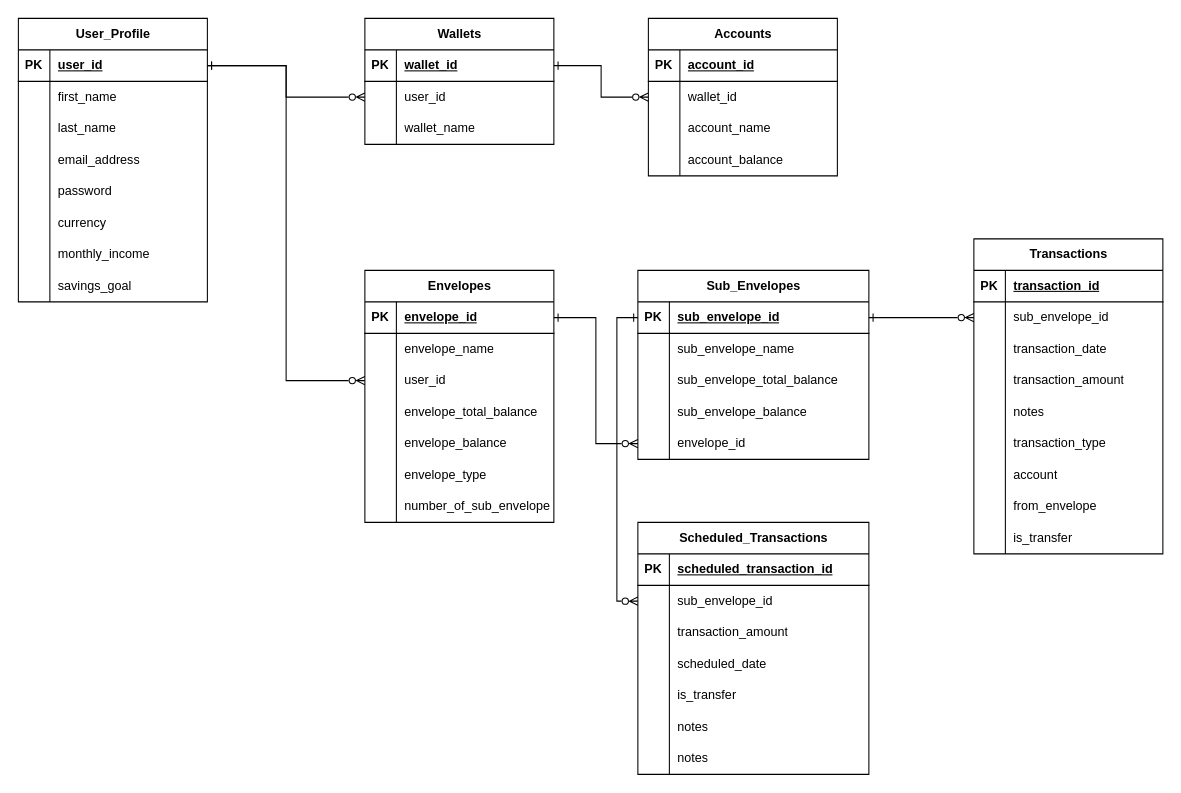
This is ChiBao_v4.drawio from mawi-delosreyes/Trakua, a draw.io file, before an edit. Source tidied: cells renumbered, new cells numbered last; positions are measured from the earlier drawing's top-left corner, leaving out a move shared by most shapes. Both pictures are drawn from the tidied source at 105%, with x=0, y=0 at pixel (18, 18).
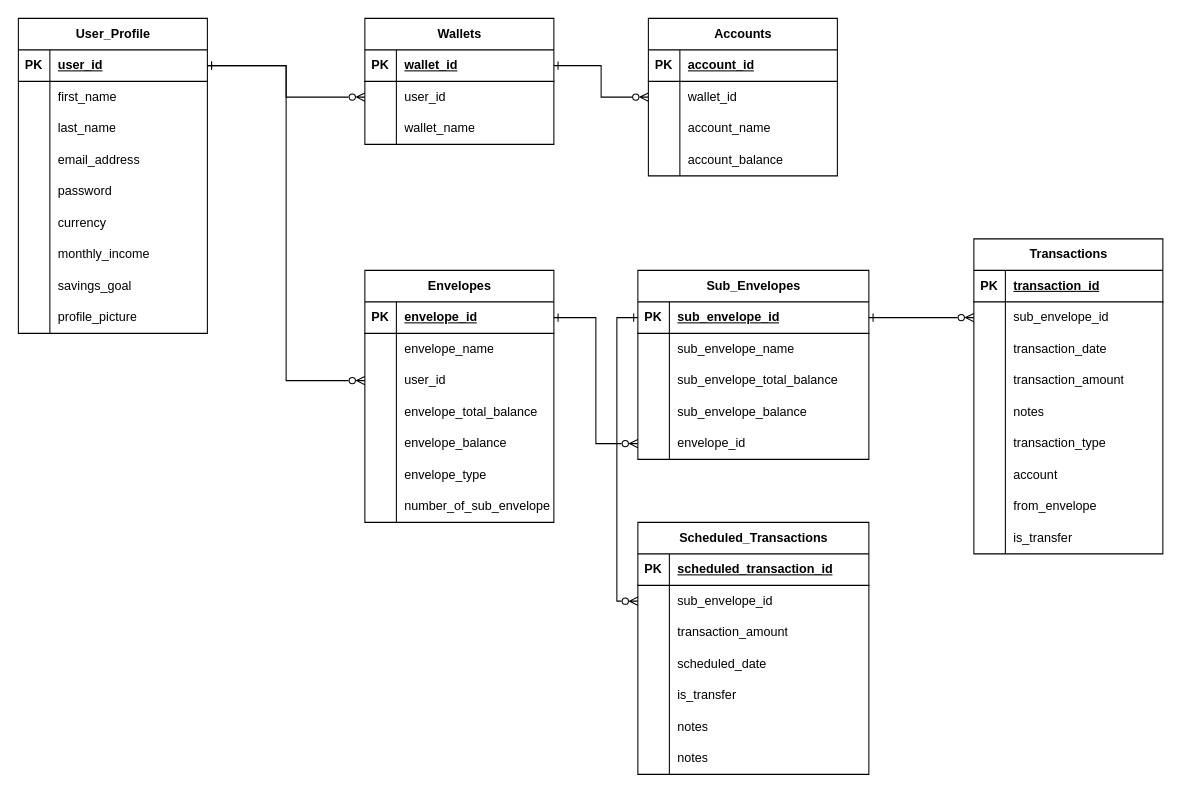
The same page after the edit.

Change to the diagram source:
```diff
@@
     <mxCell id="2" value="User_Profile" style="shape=table;startSize=30;childLayout=tableLayout;rowLines=0;fontStyle=1;align=center;html=1;" parent="1" vertex="1">
-      <mxGeometry width="180" height="270" as="geometry" />
+      <mxGeometry width="180" height="300" as="geometry" />
     </mxCell>
@@
+    <mxCell id="144" style="shape=tableRow;horizontal=0;startSize=0;swimlaneHead=0;swimlaneBody=0;fillColor=none;top=0;left=0;right=0;bottom=0;" parent="2" vertex="1">
+      <mxGeometry y="270" width="180" height="30" as="geometry" />
+    </mxCell>
+    <mxCell id="145" style="shape=partialRectangle;fillColor=none;top=0;left=0;bottom=0;right=0;overflow=hidden;whiteSpace=wrap;html=1;" parent="144" vertex="1">
+      <mxGeometry width="30" height="30" as="geometry" />
+    </mxCell>
+    <mxCell id="146" value="profile_picture" style="shape=partialRectangle;fillColor=none;top=0;left=0;bottom=0;right=0;align=left;spacingLeft=6;overflow=hidden;whiteSpace=wrap;html=1;" parent="144" vertex="1">
+      <mxGeometry x="30" width="150" height="30" as="geometry" />
+    </mxCell>
```
